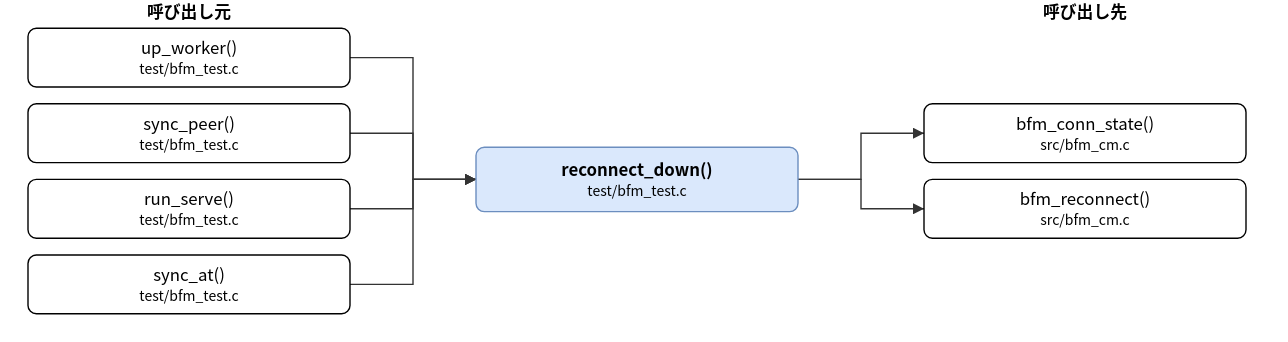
The draw.io diagram doc/spec/images/call_test_bfm_test-reconnect_down.drawio.svg in hf355051012-ai/bfmem, before a commit. Source tidied: cells renumbered, new cells last; positions are measured from the earlier drawing's top-left corner, leaving out a move shared by most shapes. Its diagram source:
```xml
<mxGraphModel>
  <root>
    <mxCell id="0" />
    <mxCell id="1" parent="0" />
    <mxCell id="2" value="reconnect_down()&lt;br&gt;&lt;font style=&quot;font-size:10px&quot;&gt;test/bfm_test.c&lt;/font&gt;" style="rounded=1;whiteSpace=wrap;html=1;fillColor=#dae8fc;strokeColor=#6c8ebf;fontStyle=1;" parent="1" vertex="1">
      <mxGeometry x="320" y="105" width="230" height="46" as="geometry" />
    </mxCell>
    <mxCell id="3" value="up_worker()&lt;br&gt;&lt;font style=&quot;font-size:10px&quot;&gt;test/bfm_test.c&lt;/font&gt;" style="rounded=1;whiteSpace=wrap;html=1;" parent="1" vertex="1">
      <mxGeometry y="20" width="230" height="42" as="geometry" />
    </mxCell>
    <mxCell id="4" value="sync_peer()&lt;br&gt;&lt;font style=&quot;font-size:10px&quot;&gt;test/bfm_test.c&lt;/font&gt;" style="rounded=1;whiteSpace=wrap;html=1;" parent="1" vertex="1">
      <mxGeometry y="74" width="230" height="42" as="geometry" />
    </mxCell>
    <mxCell id="5" value="run_serve()&lt;br&gt;&lt;font style=&quot;font-size:10px&quot;&gt;test/bfm_test.c&lt;/font&gt;" style="rounded=1;whiteSpace=wrap;html=1;" parent="1" vertex="1">
      <mxGeometry y="128" width="230" height="42" as="geometry" />
    </mxCell>
    <mxCell id="6" value="sync_at()&lt;br&gt;&lt;font style=&quot;font-size:10px&quot;&gt;test/bfm_test.c&lt;/font&gt;" style="rounded=1;whiteSpace=wrap;html=1;" parent="1" vertex="1">
      <mxGeometry y="182" width="230" height="42" as="geometry" />
    </mxCell>
    <mxCell id="7" value="bfm_conn_state()&lt;br&gt;&lt;font style=&quot;font-size:10px&quot;&gt;src/bfm_cm.c&lt;/font&gt;" style="rounded=1;whiteSpace=wrap;html=1;" parent="1" vertex="1">
      <mxGeometry x="640" y="74" width="230" height="42" as="geometry" />
    </mxCell>
    <mxCell id="8" value="bfm_reconnect()&lt;br&gt;&lt;font style=&quot;font-size:10px&quot;&gt;src/bfm_cm.c&lt;/font&gt;" style="rounded=1;whiteSpace=wrap;html=1;" parent="1" vertex="1">
      <mxGeometry x="640" y="128" width="230" height="42" as="geometry" />
    </mxCell>
    <mxCell id="9" style="edgeStyle=none;html=1;rounded=0;endArrow=block;endFill=1;exitX=1.0000;exitY=0.5000;exitDx=0;exitDy=0;exitPerimeter=0;entryX=0.0000;entryY=0.5000;entryDx=0;entryDy=0;entryPerimeter=0;" parent="1" edge="1" source="3" target="2">
      <mxGeometry relative="1" as="geometry">
        <Array as="points">
          <mxPoint x="275" y="41" />
          <mxPoint x="275" y="128" />
        </Array>
      </mxGeometry>
    </mxCell>
    <mxCell id="10" style="edgeStyle=none;html=1;rounded=0;endArrow=block;endFill=1;exitX=1.0000;exitY=0.5000;exitDx=0;exitDy=0;exitPerimeter=0;entryX=0.0000;entryY=0.5000;entryDx=0;entryDy=0;entryPerimeter=0;" parent="1" edge="1" source="4" target="2">
      <mxGeometry relative="1" as="geometry">
        <Array as="points">
          <mxPoint x="275" y="95" />
          <mxPoint x="275" y="128" />
        </Array>
      </mxGeometry>
    </mxCell>
    <mxCell id="11" style="edgeStyle=none;html=1;rounded=0;endArrow=block;endFill=1;exitX=1.0000;exitY=0.5000;exitDx=0;exitDy=0;exitPerimeter=0;entryX=0.0000;entryY=0.5000;entryDx=0;entryDy=0;entryPerimeter=0;" parent="1" edge="1" source="5" target="2">
      <mxGeometry relative="1" as="geometry">
        <Array as="points">
          <mxPoint x="275" y="149" />
          <mxPoint x="275" y="128" />
        </Array>
      </mxGeometry>
    </mxCell>
    <mxCell id="12" style="edgeStyle=none;html=1;rounded=0;endArrow=block;endFill=1;exitX=1.0000;exitY=0.5000;exitDx=0;exitDy=0;exitPerimeter=0;entryX=0.0000;entryY=0.5000;entryDx=0;entryDy=0;entryPerimeter=0;" parent="1" edge="1" source="6" target="2">
      <mxGeometry relative="1" as="geometry">
        <Array as="points">
          <mxPoint x="275" y="203" />
          <mxPoint x="275" y="128" />
        </Array>
      </mxGeometry>
    </mxCell>
    <mxCell id="13" style="edgeStyle=none;html=1;rounded=0;endArrow=block;endFill=1;exitX=1.0000;exitY=0.5000;exitDx=0;exitDy=0;exitPerimeter=0;entryX=0.0000;entryY=0.5000;entryDx=0;entryDy=0;entryPerimeter=0;" parent="1" edge="1" source="2" target="7">
      <mxGeometry relative="1" as="geometry">
        <Array as="points">
          <mxPoint x="595" y="128" />
          <mxPoint x="595" y="95" />
        </Array>
      </mxGeometry>
    </mxCell>
    <mxCell id="14" style="edgeStyle=none;html=1;rounded=0;endArrow=block;endFill=1;exitX=1.0000;exitY=0.5000;exitDx=0;exitDy=0;exitPerimeter=0;entryX=0.0000;entryY=0.5000;entryDx=0;entryDy=0;entryPerimeter=0;" parent="1" edge="1" source="2" target="8">
      <mxGeometry relative="1" as="geometry">
        <Array as="points">
          <mxPoint x="595" y="128" />
          <mxPoint x="595" y="149" />
        </Array>
      </mxGeometry>
    </mxCell>
    <mxCell id="15" value="呼び出し元" style="text;html=1;align=center;fontStyle=1;" parent="1" vertex="1">
      <mxGeometry x="35" width="160" height="18" as="geometry" />
    </mxCell>
    <mxCell id="16" value="呼び出し先" style="text;html=1;align=center;fontStyle=1;" parent="1" vertex="1">
      <mxGeometry x="675" width="160" height="18" as="geometry" />
    </mxCell>
  </root>
</mxGraphModel>
```
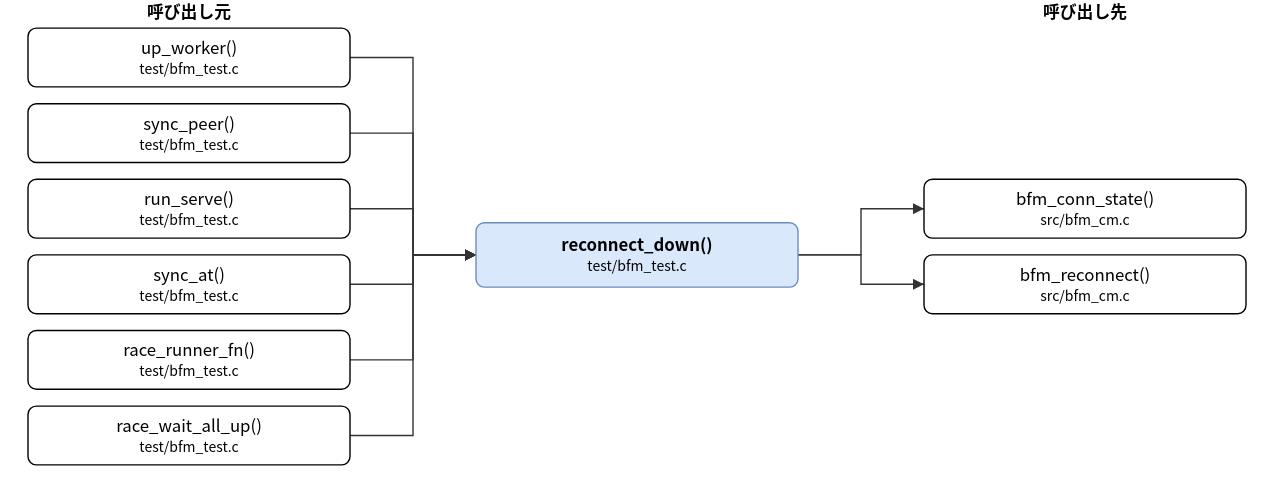
The same file after the commit.

Diff of the diagram source:
```diff
@@ -3,7 +3,7 @@
     <mxCell id="0" />
     <mxCell id="1" parent="0" />
     <mxCell id="2" value="reconnect_down()&lt;br&gt;&lt;font style=&quot;font-size:10px&quot;&gt;test/bfm_test.c&lt;/font&gt;" style="rounded=1;whiteSpace=wrap;html=1;fillColor=#dae8fc;strokeColor=#6c8ebf;fontStyle=1;" parent="1" vertex="1">
-      <mxGeometry x="320" y="105" width="230" height="46" as="geometry" />
+      <mxGeometry x="320" y="159" width="230" height="46" as="geometry" />
     </mxCell>
     <mxCell id="3" value="up_worker()&lt;br&gt;&lt;font style=&quot;font-size:10px&quot;&gt;test/bfm_test.c&lt;/font&gt;" style="rounded=1;whiteSpace=wrap;html=1;" parent="1" vertex="1">
       <mxGeometry y="20" width="230" height="42" as="geometry" />
@@ -17,17 +17,23 @@
     <mxCell id="6" value="sync_at()&lt;br&gt;&lt;font style=&quot;font-size:10px&quot;&gt;test/bfm_test.c&lt;/font&gt;" style="rounded=1;whiteSpace=wrap;html=1;" parent="1" vertex="1">
       <mxGeometry y="182" width="230" height="42" as="geometry" />
     </mxCell>
+    <mxCell id="17" value="race_runner_fn()&lt;br&gt;&lt;font style=&quot;font-size:10px&quot;&gt;test/bfm_test.c&lt;/font&gt;" style="rounded=1;whiteSpace=wrap;html=1;" parent="1" vertex="1">
+      <mxGeometry y="236" width="230" height="42" as="geometry" />
+    </mxCell>
+    <mxCell id="18" value="race_wait_all_up()&lt;br&gt;&lt;font style=&quot;font-size:10px&quot;&gt;test/bfm_test.c&lt;/font&gt;" style="rounded=1;whiteSpace=wrap;html=1;" parent="1" vertex="1">
+      <mxGeometry y="290" width="230" height="42" as="geometry" />
+    </mxCell>
     <mxCell id="7" value="bfm_conn_state()&lt;br&gt;&lt;font style=&quot;font-size:10px&quot;&gt;src/bfm_cm.c&lt;/font&gt;" style="rounded=1;whiteSpace=wrap;html=1;" parent="1" vertex="1">
-      <mxGeometry x="640" y="74" width="230" height="42" as="geometry" />
+      <mxGeometry x="640" y="128" width="230" height="42" as="geometry" />
     </mxCell>
     <mxCell id="8" value="bfm_reconnect()&lt;br&gt;&lt;font style=&quot;font-size:10px&quot;&gt;src/bfm_cm.c&lt;/font&gt;" style="rounded=1;whiteSpace=wrap;html=1;" parent="1" vertex="1">
-      <mxGeometry x="640" y="128" width="230" height="42" as="geometry" />
+      <mxGeometry x="640" y="182" width="230" height="42" as="geometry" />
     </mxCell>
     <mxCell id="9" style="edgeStyle=none;html=1;rounded=0;endArrow=block;endFill=1;exitX=1.0000;exitY=0.5000;exitDx=0;exitDy=0;exitPerimeter=0;entryX=0.0000;entryY=0.5000;entryDx=0;entryDy=0;entryPerimeter=0;" parent="1" edge="1" source="3" target="2">
       <mxGeometry relative="1" as="geometry">
         <Array as="points">
           <mxPoint x="275" y="41" />
-          <mxPoint x="275" y="128" />
+          <mxPoint x="275" y="182" />
         </Array>
       </mxGeometry>
     </mxCell>
@@ -35,7 +41,7 @@
       <mxGeometry relative="1" as="geometry">
         <Array as="points">
           <mxPoint x="275" y="95" />
-          <mxPoint x="275" y="128" />
+          <mxPoint x="275" y="182" />
         </Array>
       </mxGeometry>
     </mxCell>
@@ -43,7 +49,7 @@
       <mxGeometry relative="1" as="geometry">
         <Array as="points">
           <mxPoint x="275" y="149" />
-          <mxPoint x="275" y="128" />
+          <mxPoint x="275" y="182" />
         </Array>
       </mxGeometry>
     </mxCell>
@@ -51,26 +57,42 @@
       <mxGeometry relative="1" as="geometry">
         <Array as="points">
           <mxPoint x="275" y="203" />
-          <mxPoint x="275" y="128" />
+          <mxPoint x="275" y="182" />
         </Array>
       </mxGeometry>
     </mxCell>
-    <mxCell id="13" style="edgeStyle=none;html=1;rounded=0;endArrow=block;endFill=1;exitX=1.0000;exitY=0.5000;exitDx=0;exitDy=0;exitPerimeter=0;entryX=0.0000;entryY=0.5000;entryDx=0;entryDy=0;entryPerimeter=0;" parent="1" edge="1" source="2" target="7">
+    <mxCell id="13" style="edgeStyle=none;html=1;rounded=0;endArrow=block;endFill=1;exitX=1.0000;exitY=0.5000;exitDx=0;exitDy=0;exitPerimeter=0;entryX=0.0000;entryY=0.5000;entryDx=0;entryDy=0;entryPerimeter=0;" parent="1" edge="1" source="17" target="2">
       <mxGeometry relative="1" as="geometry">
         <Array as="points">
-          <mxPoint x="595" y="128" />
-          <mxPoint x="595" y="95" />
+          <mxPoint x="275" y="257" />
+          <mxPoint x="275" y="182" />
         </Array>
       </mxGeometry>
     </mxCell>
-    <mxCell id="14" style="edgeStyle=none;html=1;rounded=0;endArrow=block;endFill=1;exitX=1.0000;exitY=0.5000;exitDx=0;exitDy=0;exitPerimeter=0;entryX=0.0000;entryY=0.5000;entryDx=0;entryDy=0;entryPerimeter=0;" parent="1" edge="1" source="2" target="8">
+    <mxCell id="14" style="edgeStyle=none;html=1;rounded=0;endArrow=block;endFill=1;exitX=1.0000;exitY=0.5000;exitDx=0;exitDy=0;exitPerimeter=0;entryX=0.0000;entryY=0.5000;entryDx=0;entryDy=0;entryPerimeter=0;" parent="1" edge="1" source="18" target="2">
       <mxGeometry relative="1" as="geometry">
         <Array as="points">
-          <mxPoint x="595" y="128" />
-          <mxPoint x="595" y="149" />
+          <mxPoint x="275" y="311" />
+          <mxPoint x="275" y="182" />
         </Array>
       </mxGeometry>
     </mxCell>
+    <mxCell id="19" style="edgeStyle=none;html=1;rounded=0;endArrow=block;endFill=1;exitX=1.0000;exitY=0.5000;exitDx=0;exitDy=0;exitPerimeter=0;entryX=0.0000;entryY=0.5000;entryDx=0;entryDy=0;entryPerimeter=0;" parent="1" edge="1" source="2" target="7">
+      <mxGeometry relative="1" as="geometry">
+        <Array as="points">
+          <mxPoint x="595" y="182" />
+          <mxPoint x="595" y="149" />
+        </Array>
+      </mxGeometry>
+    </mxCell>
+    <mxCell id="20" style="edgeStyle=none;html=1;rounded=0;endArrow=block;endFill=1;exitX=1.0000;exitY=0.5000;exitDx=0;exitDy=0;exitPerimeter=0;entryX=0.0000;entryY=0.5000;entryDx=0;entryDy=0;entryPerimeter=0;" parent="1" edge="1" source="2" target="8">
+      <mxGeometry relative="1" as="geometry">
+        <Array as="points">
+          <mxPoint x="595" y="182" />
+          <mxPoint x="595" y="203" />
+        </Array>
+      </mxGeometry>
+    </mxCell>
     <mxCell id="15" value="呼び出し元" style="text;html=1;align=center;fontStyle=1;" parent="1" vertex="1">
       <mxGeometry x="35" width="160" height="18" as="geometry" />
     </mxCell>
```
